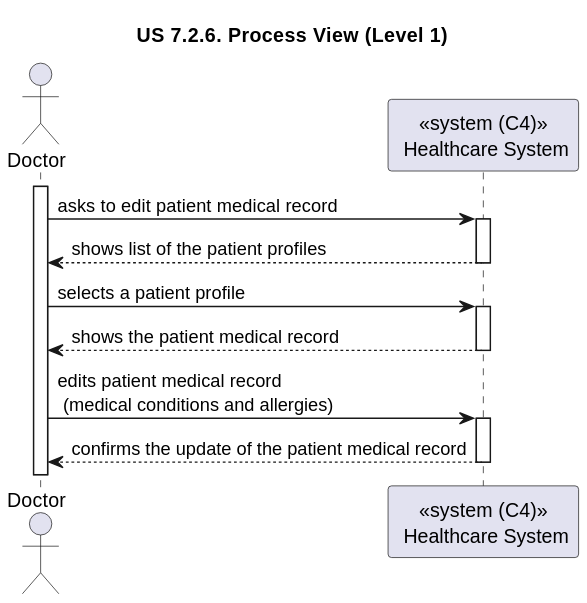
rita-barbosa/LAPR5-2425 keeps this PlantUML diagram as docs/sprint-3/1221933/us-7.2.6/diagrams/n1/process-view-nivel1.svg. Above is the earlier version.
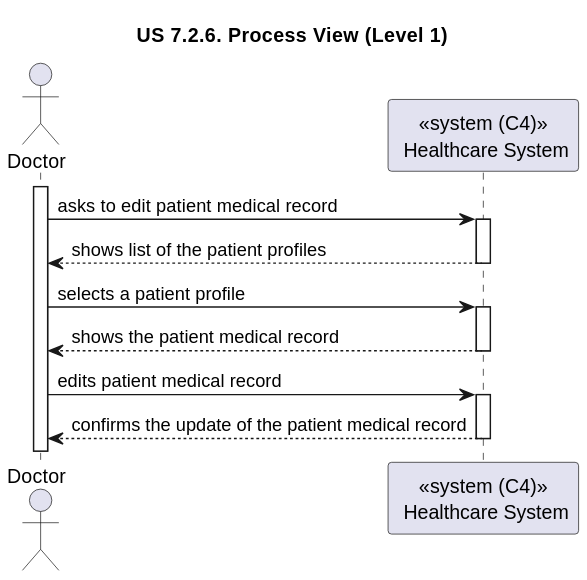
The same diagram one commit later.

What changed in the source:
```diff
@@ -18,7 +18,7 @@
 SYS --> DOC : shows the patient medical record
 deactivate SYS
 
-DOC -> SYS : edits patient medical record\n (medical conditions and allergies)
+DOC -> SYS : edits patient medical record
 activate SYS
 
 SYS --> DOC : confirms the update of the patient medical record
```
